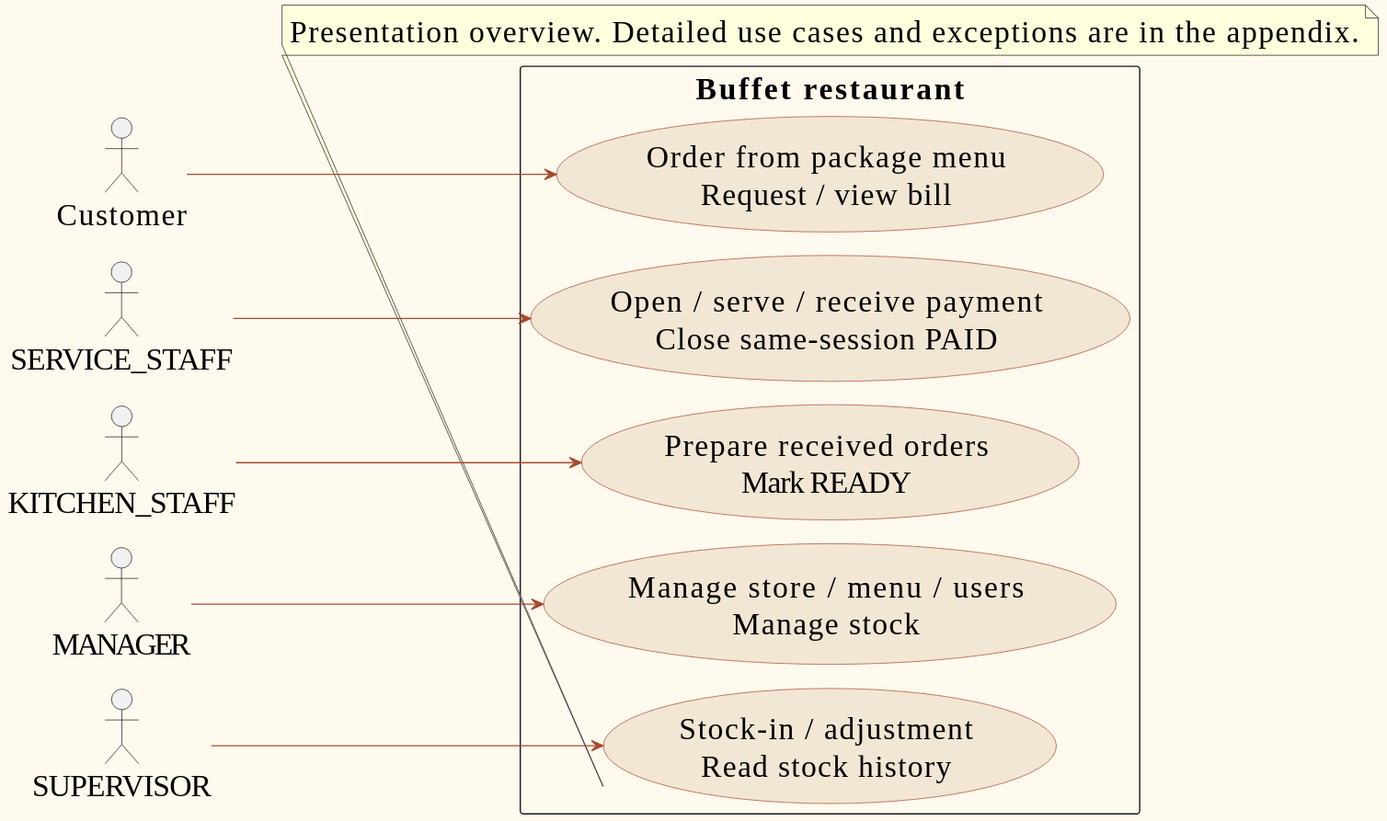
This is doc/diagrams/previews/presentation-use-case.svg from PavaritPramual/buffet-restaurant-management-system, a PlantUML export, as it was before one commit.
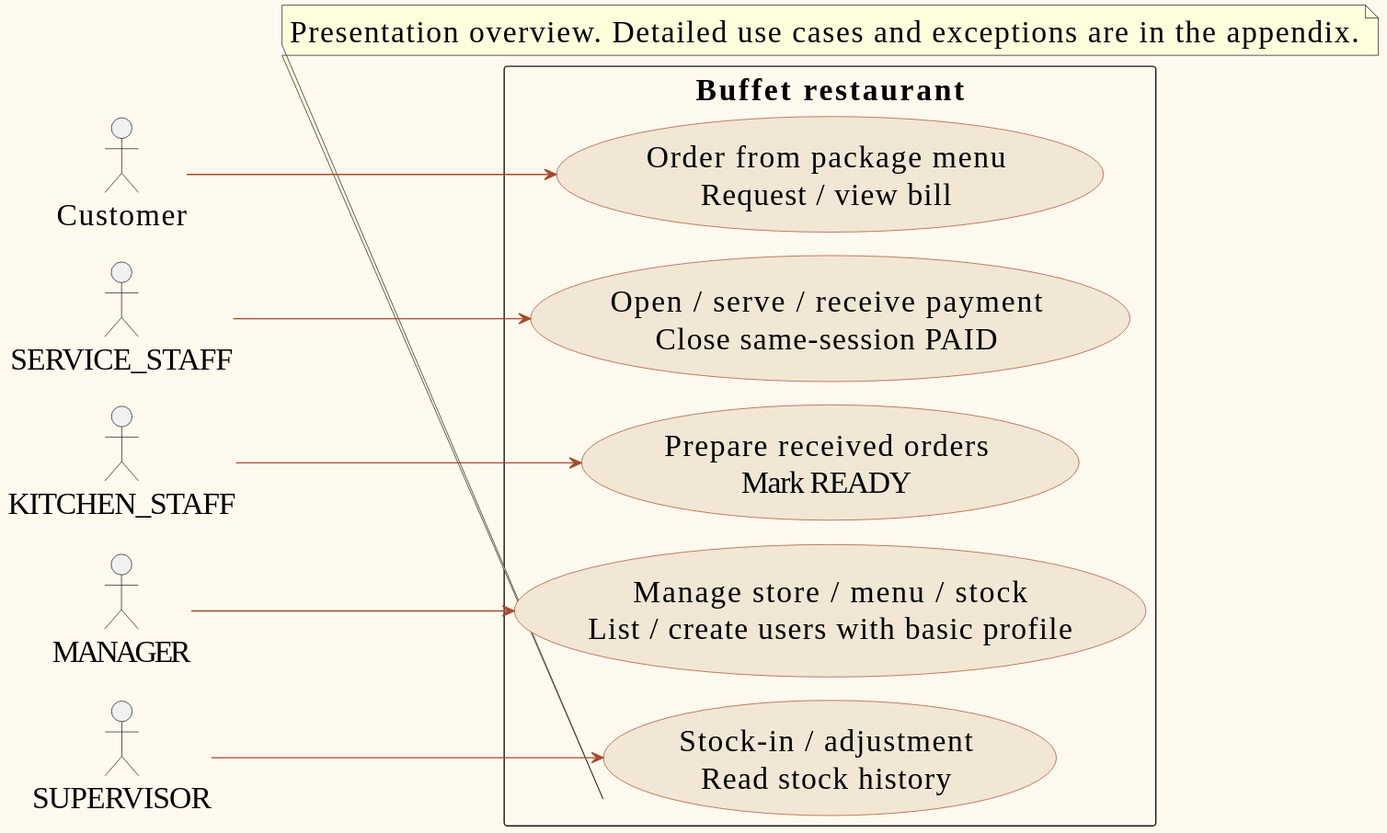
After the change.

Diff of the diagram source:
```diff
@@ -21,7 +21,7 @@
 usecase "Order from package menu\nRequest / view bill" as Order
 usecase "Open / serve / receive payment\nClose same-session PAID" as Staff
 usecase "Prepare received orders\nMark READY" as Prepare
-usecase "Manage store / menu / users\nManage stock" as Admin
+usecase "Manage store / menu / stock\nList / create users with basic profile" as Admin
 usecase "Stock-in / adjustment\nRead stock history" as Stock
 }
 Customer --> Order
```
